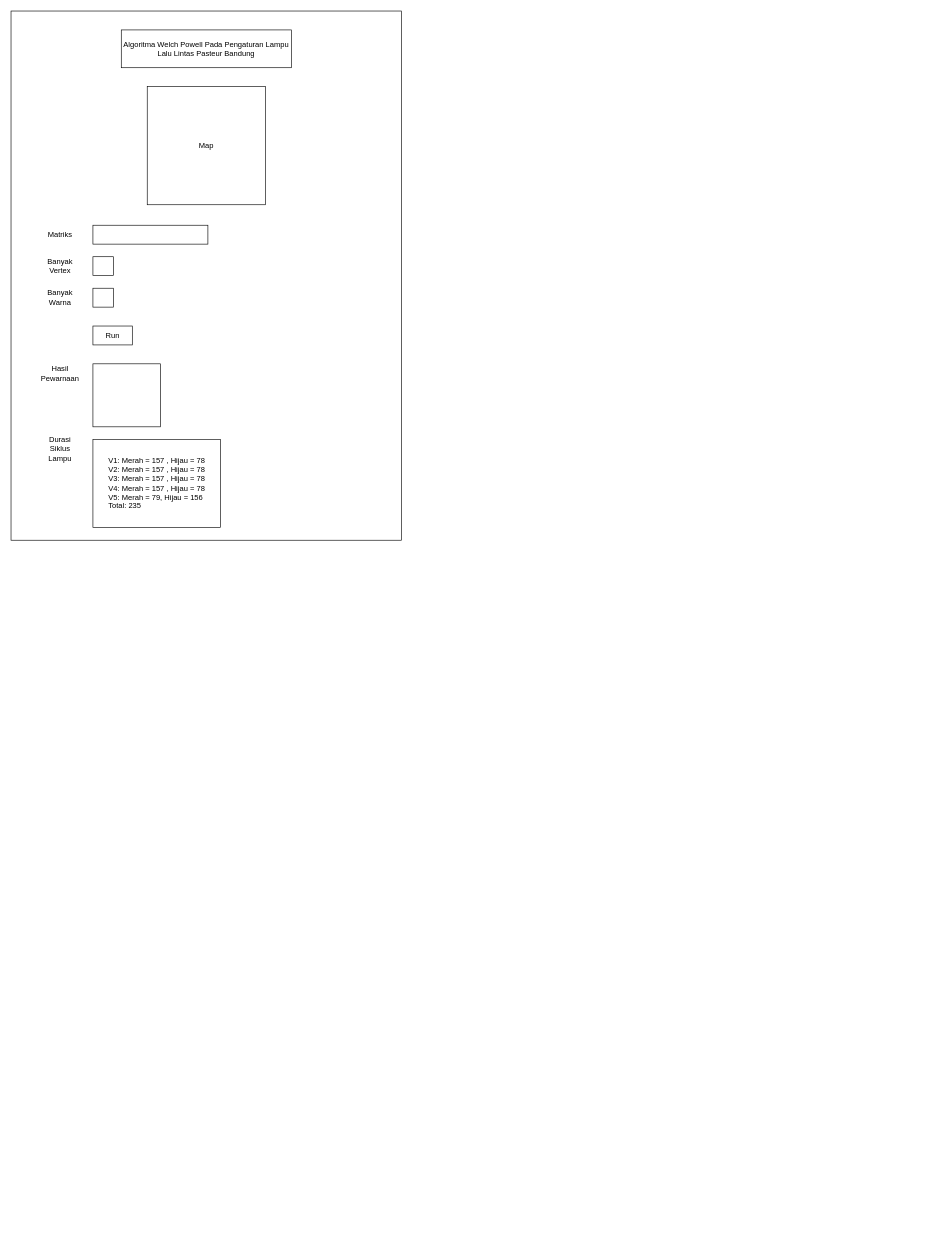
Earlier version of the draw.io diagram src/Untitled Diagram.drawio (The-Peaky-Blinders/Struktur-Diskret). Source tidied: cells renumbered, new cells numbered last; positions are measured from the earlier drawing's top-left corner, leaving out a move shared by most shapes. Both pictures are drawn from the tidied source at 63%, with x=0, y=0 at pixel (11, 11).
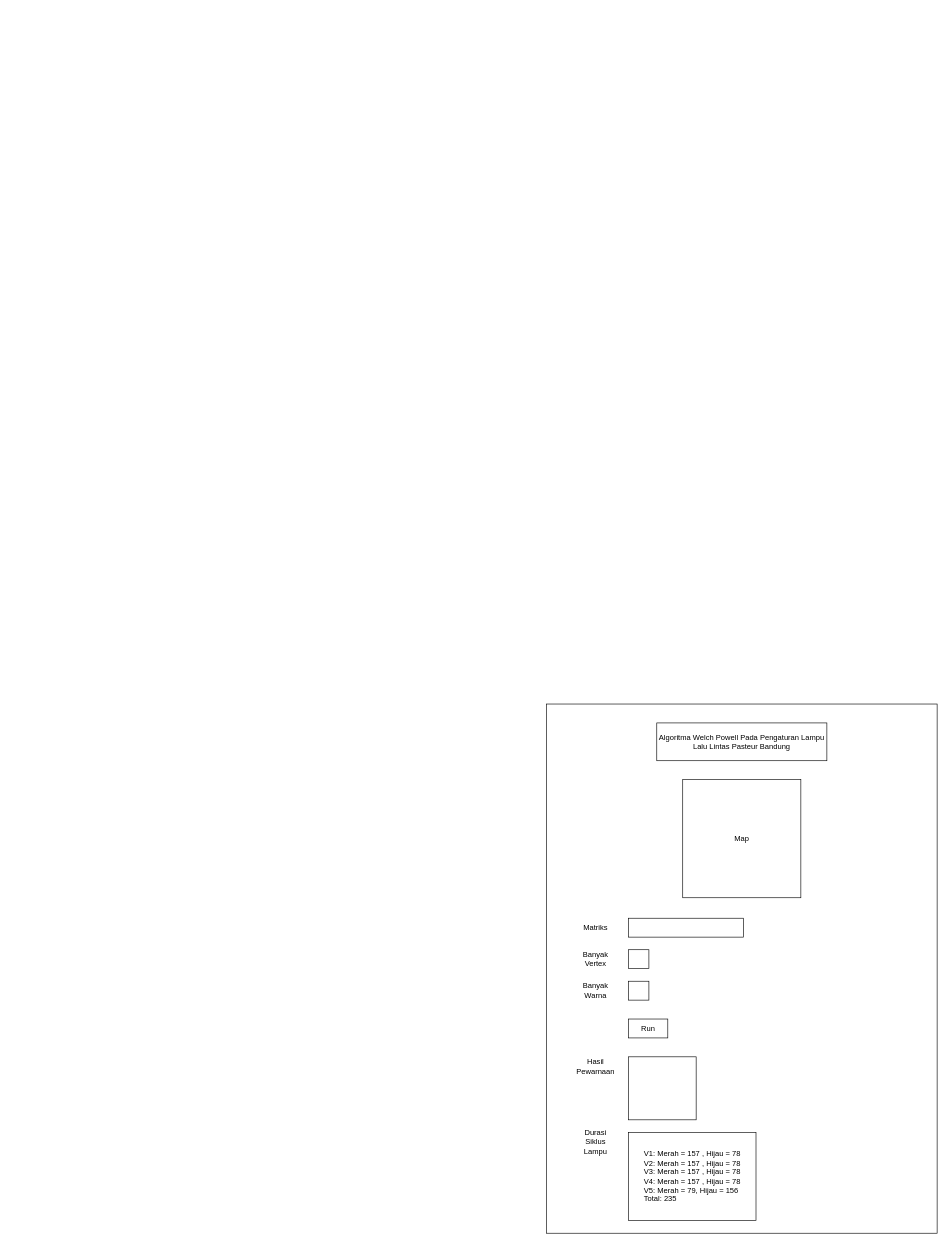
The same page after the edit.

Change to the diagram source:
```diff
@@
 <mxGraphModel>
   <root>
     <mxCell id="0" />
     <mxCell id="1" parent="0" />
+    <mxCell id="16" style="group;" parent="1" vertex="1">
+      <mxGeometry x="850" y="1100" width="620" height="840" as="geometry" />
+    </mxCell>
-    <mxCell id="2" style="rounded=0;whiteSpace=wrap;html=1;" parent="1" vertex="1">
+    <mxCell id="2" style="rounded=0;whiteSpace=wrap;html=1;" parent="16" vertex="1">
       <mxGeometry width="620" height="840" as="geometry" />
     </mxCell>
-    <mxCell id="3" value="Algoritma Welch Powell Pada Pengaturan Lampu Lalu Lintas Pasteur Bandung" style="rounded=0;whiteSpace=wrap;html=1;" parent="1" vertex="1">
+    <mxCell id="3" value="Algoritma Welch Powell Pada Pengaturan Lampu Lalu Lintas Pasteur Bandung" style="rounded=0;whiteSpace=wrap;html=1;" parent="16" vertex="1">
       <mxGeometry x="175" y="30" width="270" height="60" as="geometry" />
     </mxCell>
-    <mxCell id="4" value="Map" style="whiteSpace=wrap;html=1;" parent="1" vertex="1">
+    <mxCell id="4" value="Map" style="whiteSpace=wrap;html=1;" parent="16" vertex="1">
       <mxGeometry x="216.2" y="120" width="187.5" height="187.5" as="geometry" />
     </mxCell>
-    <mxCell id="5" style="rounded=0;whiteSpace=wrap;html=1;" parent="1" vertex="1">
+    <mxCell id="5" style="rounded=0;whiteSpace=wrap;html=1;" parent="16" vertex="1">
       <mxGeometry x="130" y="340" width="182.5" height="30" as="geometry" />
     </mxCell>
-    <mxCell id="6" value="Matriks" style="text;html=1;strokeColor=none;fillColor=none;align=center;verticalAlign=middle;whiteSpace=wrap;rounded=0;" parent="1" vertex="1">
+    <mxCell id="6" value="Matriks" style="text;html=1;strokeColor=none;fillColor=none;align=center;verticalAlign=middle;whiteSpace=wrap;rounded=0;" parent="16" vertex="1">
       <mxGeometry x="47.5" y="340" width="60" height="30" as="geometry" />
     </mxCell>
-    <mxCell id="7" value="Banyak Vertex" style="text;html=1;strokeColor=none;fillColor=none;align=center;verticalAlign=middle;whiteSpace=wrap;rounded=0;" parent="1" vertex="1">
+    <mxCell id="7" value="Banyak Vertex" style="text;html=1;strokeColor=none;fillColor=none;align=center;verticalAlign=middle;whiteSpace=wrap;rounded=0;" parent="16" vertex="1">
       <mxGeometry x="47.5" y="390" width="60" height="30" as="geometry" />
     </mxCell>
-    <mxCell id="8" style="rounded=0;whiteSpace=wrap;html=1;" parent="1" vertex="1">
+    <mxCell id="8" style="rounded=0;whiteSpace=wrap;html=1;" parent="16" vertex="1">
       <mxGeometry x="130" y="390" width="32.5" height="30" as="geometry" />
     </mxCell>
-    <mxCell id="9" value="Banyak Warna" style="text;html=1;strokeColor=none;fillColor=none;align=center;verticalAlign=middle;whiteSpace=wrap;rounded=0;" parent="1" vertex="1">
+    <mxCell id="9" value="Banyak Warna" style="text;html=1;strokeColor=none;fillColor=none;align=center;verticalAlign=middle;whiteSpace=wrap;rounded=0;" parent="16" vertex="1">
       <mxGeometry x="47.5" y="440" width="60" height="30" as="geometry" />
     </mxCell>
-    <mxCell id="10" style="rounded=0;whiteSpace=wrap;html=1;" parent="1" vertex="1">
+    <mxCell id="10" style="rounded=0;whiteSpace=wrap;html=1;" parent="16" vertex="1">
       <mxGeometry x="130" y="440" width="32.5" height="30" as="geometry" />
     </mxCell>
-    <mxCell id="11" value="Hasil Pewarnaan" style="text;html=1;strokeColor=none;fillColor=none;align=center;verticalAlign=middle;whiteSpace=wrap;rounded=0;" parent="1" vertex="1">
+    <mxCell id="11" value="Hasil Pewarnaan" style="text;html=1;strokeColor=none;fillColor=none;align=center;verticalAlign=middle;whiteSpace=wrap;rounded=0;" parent="16" vertex="1">
       <mxGeometry x="47.5" y="560" width="60" height="30" as="geometry" />
     </mxCell>
-    <mxCell id="12" style="rounded=0;whiteSpace=wrap;html=1;" parent="1" vertex="1">
+    <mxCell id="12" style="rounded=0;whiteSpace=wrap;html=1;" parent="16" vertex="1">
       <mxGeometry x="130" y="560" width="107.5" height="100" as="geometry" />
     </mxCell>
-    <mxCell id="13" value="Run" style="rounded=0;whiteSpace=wrap;html=1;" parent="1" vertex="1">
+    <mxCell id="13" value="Run" style="rounded=0;whiteSpace=wrap;html=1;" parent="16" vertex="1">
       <mxGeometry x="130" y="500" width="62.5" height="30" as="geometry" />
     </mxCell>
-    <mxCell id="14" value="&lt;div style=&quot;text-align: justify&quot;&gt;V1: Merah = 157 , Hijau = 78&lt;/div&gt;&lt;div style=&quot;text-align: justify&quot;&gt;V2: Merah = 157 , Hijau = 78&lt;/div&gt;&lt;div style=&quot;text-align: justify&quot;&gt;V3: Merah = 157 , Hijau = 78&lt;/div&gt;&lt;div style=&quot;text-align: justify&quot;&gt;V4: Merah = 157 , Hijau = 78&lt;/div&gt;&lt;div style=&quot;text-align: justify&quot;&gt;V5: Merah = 79, Hijau = 156&lt;/div&gt;&lt;div style=&quot;text-align: justify&quot;&gt;&lt;span&gt;Total: 235&lt;/span&gt;&lt;/div&gt;" style="rounded=0;whiteSpace=wrap;html=1;align=center;" parent="1" vertex="1">
+    <mxCell id="14" value="&lt;div style=&quot;text-align: justify&quot;&gt;V1: Merah = 157 , Hijau = 78&lt;/div&gt;&lt;div style=&quot;text-align: justify&quot;&gt;V2: Merah = 157 , Hijau = 78&lt;/div&gt;&lt;div style=&quot;text-align: justify&quot;&gt;V3: Merah = 157 , Hijau = 78&lt;/div&gt;&lt;div style=&quot;text-align: justify&quot;&gt;V4: Merah = 157 , Hijau = 78&lt;/div&gt;&lt;div style=&quot;text-align: justify&quot;&gt;V5: Merah = 79, Hijau = 156&lt;/div&gt;&lt;div style=&quot;text-align: justify&quot;&gt;&lt;span&gt;Total: 235&lt;/span&gt;&lt;/div&gt;" style="rounded=0;whiteSpace=wrap;html=1;align=center;" parent="16" vertex="1">
       <mxGeometry x="130" y="680" width="202.5" height="140" as="geometry" />
     </mxCell>
-    <mxCell id="15" value="Durasi Siklus Lampu" style="text;html=1;strokeColor=none;fillColor=none;align=center;verticalAlign=middle;whiteSpace=wrap;rounded=0;" parent="1" vertex="1">
+    <mxCell id="15" value="Durasi Siklus Lampu" style="text;html=1;strokeColor=none;fillColor=none;align=center;verticalAlign=middle;whiteSpace=wrap;rounded=0;" parent="16" vertex="1">
       <mxGeometry x="47.5" y="680" width="60" height="30" as="geometry" />
     </mxCell>
   </root>
 </mxGraphModel>
```
